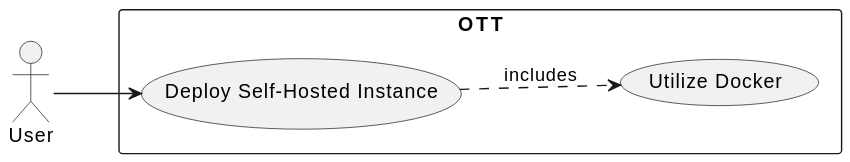
This is figures/use-case-self-host.svg from dyc3/senior-design, a PlantUML export, as it was before one commit. The source it was exported from:
```plantuml
@startuml
left to right direction
actor "User" as user
rectangle OTT {
  usecase "Deploy Self-Hosted Instance" as UC1
  usecase "Utilize Docker" as UC1.1
}
user --> UC1
UC1 --> UC1.1 #line.dashed : includes
@enduml
```
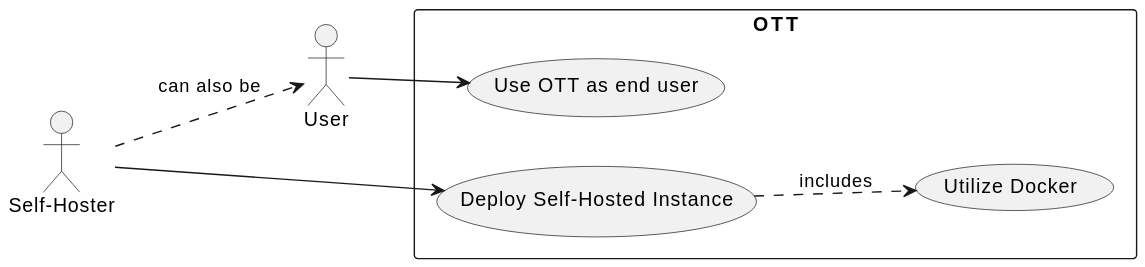
Later version of the same file.

Commit message:
update usecase figures (#92)

The edit, as a diff of the source:
```diff
@@ -1,10 +1,14 @@
 @startuml
 left to right direction
+actor "Self-Hoster" as hoster
 actor "User" as user
 rectangle OTT {
   usecase "Deploy Self-Hosted Instance" as UC1
   usecase "Utilize Docker" as UC1.1
+  usecase "Use OTT as end user" as UC2
 }
-user --> UC1
+hoster --> UC1
 UC1 --> UC1.1 #line.dashed : includes
+hoster --> user #line.dashed : can also be
+user --> UC2
 @enduml
```
